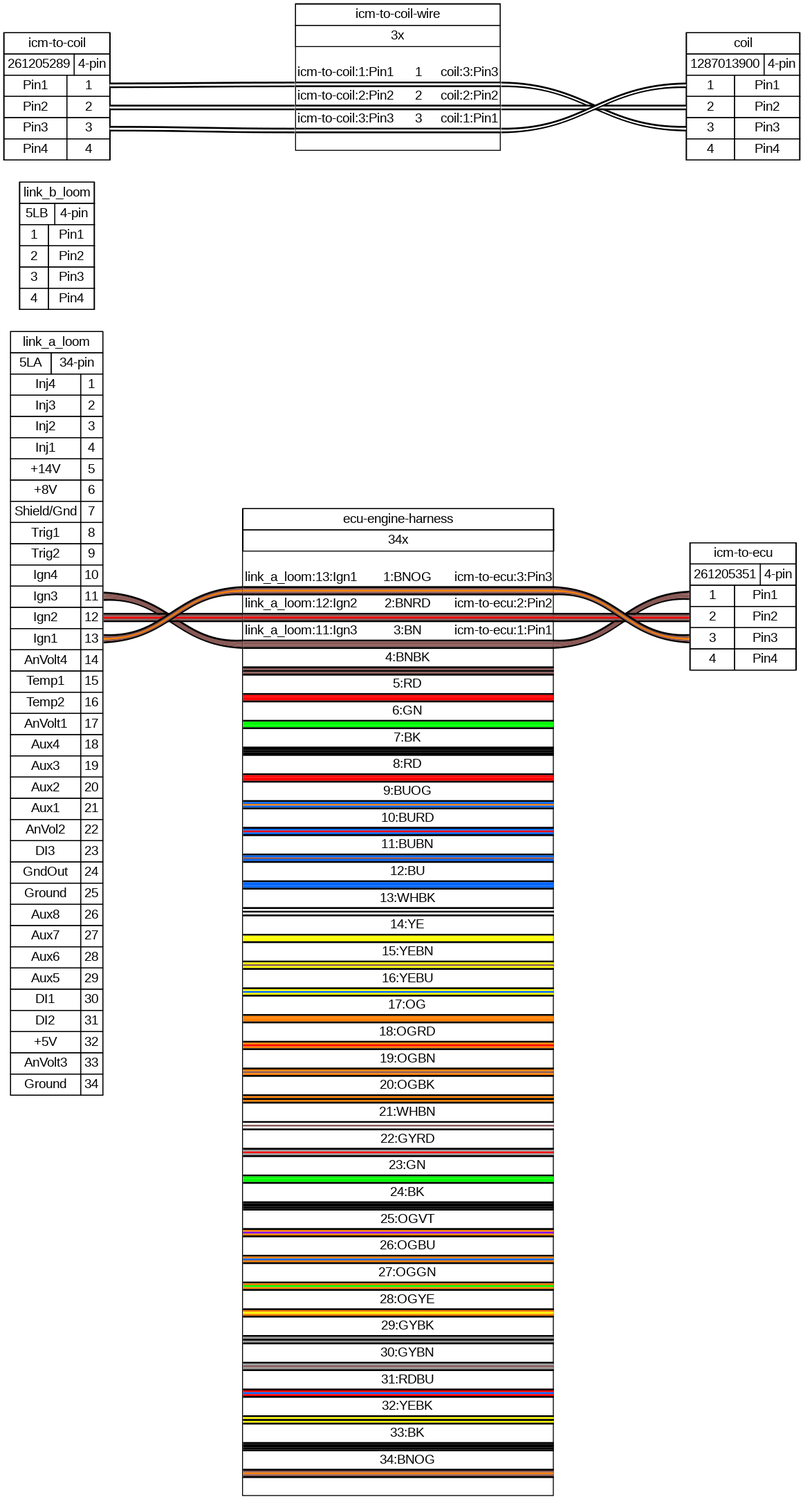
Earlier version of the Graphviz export corrado.png (djhedges/corrado_wiring). Its source is kept beside it as corrado.gv.
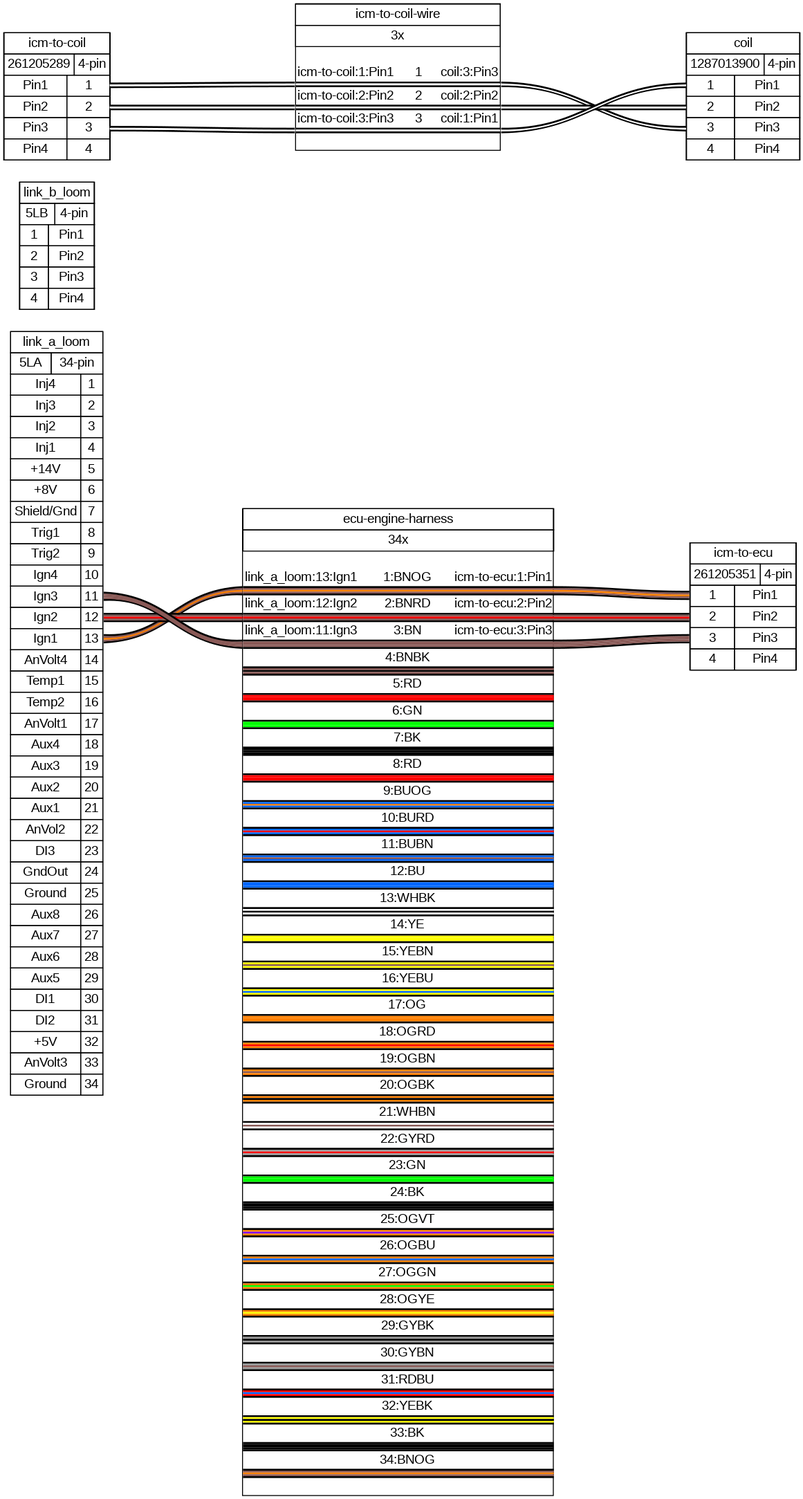
After the commit.

What changed in the source:
```diff
@@ -297,15 +297,15 @@
  </td></tr>
 </table>
 > fillcolor="#FFFFFF" shape=box style=filled]
-	edge [color="#000000:#895956:#895956:#895956:#000000"]
-	link_a_loom:p11r:e -- "ecu-engine-harness":w3:w
-	"ecu-engine-harness":w3:e -- "icm-to-ecu":p1l:w
+	edge [color="#000000:#895956:#ff8000:#895956:#000000"]
+	link_a_loom:p13r:e -- "ecu-engine-harness":w1:w
+	"ecu-engine-harness":w1:e -- "icm-to-ecu":p1l:w
 	edge [color="#000000:#895956:#ff0000:#895956:#000000"]
 	link_a_loom:p12r:e -- "ecu-engine-harness":w2:w
 	"ecu-engine-harness":w2:e -- "icm-to-ecu":p2l:w
-	edge [color="#000000:#895956:#ff8000:#895956:#000000"]
-	link_a_loom:p13r:e -- "ecu-engine-harness":w1:w
-	"ecu-engine-harness":w1:e -- "icm-to-ecu":p3l:w
+	edge [color="#000000:#895956:#895956:#895956:#000000"]
+	link_a_loom:p11r:e -- "ecu-engine-harness":w3:w
+	"ecu-engine-harness":w3:e -- "icm-to-ecu":p3l:w
 	"ecu-engine-harness" [label=<
 <table border="0" cellspacing="0" cellpadding="0">
  <tr><td>
@@ -326,43 +326,43 @@
     <td>
      1:BNOG
     </td>
+    <td>icm-to-ecu:1:Pin1</td>
+   </tr>
+   <tr>
+    <td colspan="3" border="0" cellspacing="0" cellpadding="0" port="w1" height="10">
+     <table cellspacing="0" cellborder="0" border="0">
+      <tr><td colspan="3" cellpadding="0" height="2" bgcolor="#000000" border="0"></td></tr>
+      <tr><td colspan="3" cellpadding="0" height="2" bgcolor="#895956" border="0"></td></tr>
+      <tr><td colspan="3" cellpadding="0" height="2" bgcolor="#ff8000" border="0"></td></tr>
+      <tr><td colspan="3" cellpadding="0" height="2" bgcolor="#895956" border="0"></td></tr>
+      <tr><td colspan="3" cellpadding="0" height="2" bgcolor="#000000" border="0"></td></tr>
+     </table>
+    </td>
+   </tr>
+   <tr>
+    <td>link_a_loom:12:Ign2</td>
+    <td>
+     2:BNRD
+    </td>
+    <td>icm-to-ecu:2:Pin2</td>
+   </tr>
+   <tr>
+    <td colspan="3" border="0" cellspacing="0" cellpadding="0" port="w2" height="10">
+     <table cellspacing="0" cellborder="0" border="0">
+      <tr><td colspan="3" cellpadding="0" height="2" bgcolor="#000000" border="0"></td></tr>
+      <tr><td colspan="3" cellpadding="0" height="2" bgcolor="#895956" border="0"></td></tr>
+      <tr><td colspan="3" cellpadding="0" height="2" bgcolor="#ff0000" border="0"></td></tr>
+      <tr><td colspan="3" cellpadding="0" height="2" bgcolor="#895956" border="0"></td></tr>
+      <tr><td colspan="3" cellpadding="0" height="2" bgcolor="#000000" border="0"></td></tr>
+     </table>
+    </td>
+   </tr>
+   <tr>
+    <td>link_a_loom:11:Ign3</td>
+    <td>
+     3:BN
+    </td>
     <td>icm-to-ecu:3:Pin3</td>
-   </tr>
-   <tr>
-    <td colspan="3" border="0" cellspacing="0" cellpadding="0" port="w1" height="10">
-     <table cellspacing="0" cellborder="0" border="0">
-      <tr><td colspan="3" cellpadding="0" height="2" bgcolor="#000000" border="0"></td></tr>
-      <tr><td colspan="3" cellpadding="0" height="2" bgcolor="#895956" border="0"></td></tr>
-      <tr><td colspan="3" cellpadding="0" height="2" bgcolor="#ff8000" border="0"></td></tr>
-      <tr><td colspan="3" cellpadding="0" height="2" bgcolor="#895956" border="0"></td></tr>
-      <tr><td colspan="3" cellpadding="0" height="2" bgcolor="#000000" border="0"></td></tr>
-     </table>
-    </td>
-   </tr>
-   <tr>
-    <td>link_a_loom:12:Ign2</td>
-    <td>
-     2:BNRD
-    </td>
-    <td>icm-to-ecu:2:Pin2</td>
-   </tr>
-   <tr>
-    <td colspan="3" border="0" cellspacing="0" cellpadding="0" port="w2" height="10">
-     <table cellspacing="0" cellborder="0" border="0">
-      <tr><td colspan="3" cellpadding="0" height="2" bgcolor="#000000" border="0"></td></tr>
-      <tr><td colspan="3" cellpadding="0" height="2" bgcolor="#895956" border="0"></td></tr>
-      <tr><td colspan="3" cellpadding="0" height="2" bgcolor="#ff0000" border="0"></td></tr>
-      <tr><td colspan="3" cellpadding="0" height="2" bgcolor="#895956" border="0"></td></tr>
-      <tr><td colspan="3" cellpadding="0" height="2" bgcolor="#000000" border="0"></td></tr>
-     </table>
-    </td>
-   </tr>
-   <tr>
-    <td>link_a_loom:11:Ign3</td>
-    <td>
-     3:BN
-    </td>
-    <td>icm-to-ecu:1:Pin1</td>
    </tr>
    <tr>
     <td colspan="3" border="0" cellspacing="0" cellpadding="0" port="w3" height="10">
```
